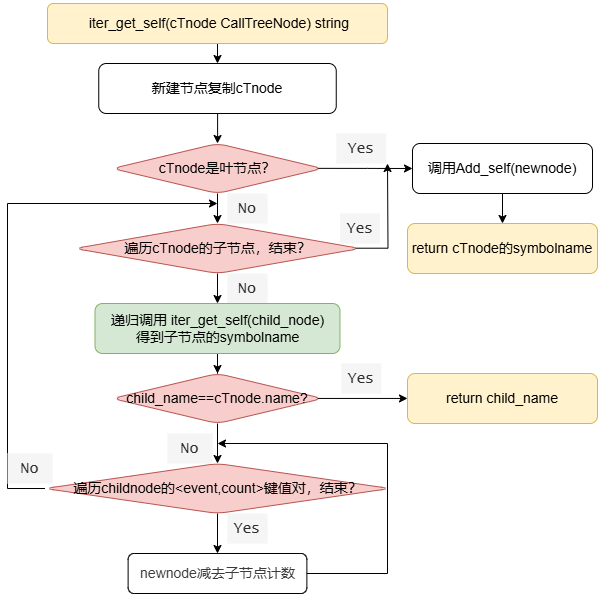
Earlier version of the draw.io export iter_get_self.drawio.png (Dong-J93/os_pic2024). Source tidied: cells renumbered, new cells last; positions are measured from the earlier drawing's top-left corner, leaving out a move shared by most shapes.
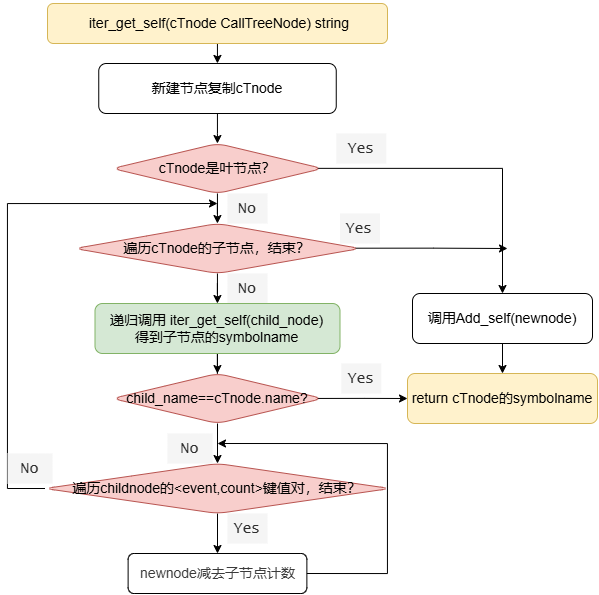
Later version of the same file.

Change to the diagram source:
```diff
@@ -16,7 +16,7 @@
     </mxCell>
     <mxCell id="6" style="edgeStyle=orthogonalEdgeStyle;rounded=0;jettySize=auto;html=1;exitX=0.984;exitY=0.494;exitDx=0;exitDy=0;exitPerimeter=0;" parent="1" edge="1" source="7">
       <mxGeometry relative="1" as="geometry">
-        <mxPoint x="380" y="160" as="targetPoint" />
+        <mxPoint x="500" y="245" as="targetPoint" />
       </mxGeometry>
     </mxCell>
     <mxCell id="7" value="&lt;font style=&quot;font-size: 14px;&quot;&gt;遍历cTnode的子节点，结束？&lt;/font&gt;&lt;span class=&quot;eusoft-eudic-chrome-extension-translate-content&quot;&gt;&lt;/span&gt;" style="rhombus;whiteSpace=wrap;html=1;fillColor=#f8cecc;rounded=1;strokeColor=#b85450;" parent="1" vertex="1">
@@ -26,7 +26,7 @@
       <mxGeometry relative="1" as="geometry" />
     </mxCell>
     <mxCell id="9" value="&lt;pre&gt;&lt;font face=&quot;Helvetica&quot; style=&quot;font-size: 14px;&quot;&gt;调用Add_self(newnode)&lt;/font&gt;&lt;span class=&quot;eusoft-eudic-chrome-extension-translate-content&quot;&gt;&lt;/span&gt;&lt;/pre&gt;" style="rounded=1;whiteSpace=wrap;html=1;" parent="1" vertex="1">
-      <mxGeometry x="405" y="140" width="180" height="50" as="geometry" />
+      <mxGeometry x="405" y="290" width="180" height="50" as="geometry" />
     </mxCell>
     <mxCell id="10" style="edgeStyle=orthogonalEdgeStyle;rounded=0;jettySize=auto;html=1;exitX=0.977;exitY=0.497;exitDx=0;exitDy=0;exitPerimeter=0;" parent="1" edge="1" source="12" target="9">
       <mxGeometry relative="1" as="geometry" />
@@ -49,7 +49,7 @@
     <mxCell id="16" style="edgeStyle=orthogonalEdgeStyle;rounded=0;jettySize=auto;html=1;" parent="1" edge="1" source="18" target="23">
       <mxGeometry relative="1" as="geometry" />
     </mxCell>
-    <mxCell id="17" style="edgeStyle=orthogonalEdgeStyle;rounded=0;jettySize=auto;html=1;exitX=0.972;exitY=0.499;exitDx=0;exitDy=0;exitPerimeter=0;" parent="1" edge="1" source="18" target="29">
+    <mxCell id="17" style="edgeStyle=orthogonalEdgeStyle;rounded=0;jettySize=auto;html=1;exitX=0.972;exitY=0.499;exitDx=0;exitDy=0;exitPerimeter=0;entryX=0;entryY=0.5;entryDx=0;entryDy=0;" parent="1" edge="1" source="18" target="26">
       <mxGeometry relative="1" as="geometry" />
     </mxCell>
     <mxCell id="18" value="&lt;span style=&quot;font-size: 14px;&quot;&gt;child_name==cTnode.name?&lt;/span&gt;&lt;span class=&quot;eusoft-eudic-chrome-extension-translate-content&quot;&gt;&lt;/span&gt;" style="rhombus;whiteSpace=wrap;html=1;fillColor=#f8cecc;rounded=1;strokeColor=#b85450;" parent="1" vertex="1">
@@ -89,7 +89,7 @@
       <mxGeometry x="160" y="430" width="45" height="30" as="geometry" />
     </mxCell>
     <mxCell id="26" value="&lt;pre&gt;&lt;font face=&quot;Helvetica&quot; style=&quot;font-size: 14px;&quot;&gt;return cTnode的symbolname&lt;/font&gt;&lt;/pre&gt;" style="rounded=1;whiteSpace=wrap;html=1;fillColor=#fff2cc;strokeColor=#d6b656;" parent="1" vertex="1">
-      <mxGeometry x="400" y="220" width="190" height="50" as="geometry" />
+      <mxGeometry x="400" y="370" width="190" height="50" as="geometry" />
     </mxCell>
     <mxCell id="27" style="edgeStyle=orthogonalEdgeStyle;rounded=0;jettySize=auto;html=1;" parent="1" edge="1" source="28" target="18">
       <mxGeometry relative="1" as="geometry" />
@@ -97,9 +97,6 @@
     <mxCell id="28" value="&lt;p style=&quot;font-size: 14px;&quot;&gt;&lt;font style=&quot;font-size: 14px;&quot; face=&quot;Helvetica&quot;&gt;&lt;span style=&quot;font-size: 14px;&quot;&gt;递归调用&lt;/span&gt;&amp;nbsp;iter_get_self(child_node)&lt;br&gt;&lt;/font&gt;&lt;font style=&quot;font-size: 14px;&quot; face=&quot;Helvetica&quot;&gt;得到子节点的symbolname&lt;/font&gt;&lt;/p&gt;" style="rounded=1;whiteSpace=wrap;html=1;fillColor=#d5e8d4;strokeColor=#82b366;" parent="1" vertex="1">
       <mxGeometry x="87.5" y="300" width="245" height="50" as="geometry" />
     </mxCell>
-    <mxCell id="29" value="&lt;pre&gt;&lt;font face=&quot;Helvetica&quot; style=&quot;font-size: 14px;&quot;&gt;return child_name&lt;/font&gt;&lt;/pre&gt;" style="rounded=1;whiteSpace=wrap;html=1;fillColor=#fff2cc;strokeColor=#d6b656;" parent="1" vertex="1">
-      <mxGeometry x="400" y="370" width="190" height="50" as="geometry" />
-    </mxCell>
     <mxCell id="30" value="&lt;font face=&quot;Lucida Console&quot; color=&quot;#2e2e2e&quot;&gt;&lt;span style=&quot;font-size: 15px;&quot;&gt;Yes&lt;/span&gt;&lt;/font&gt;" style="text;html=1;align=center;verticalAlign=middle;whiteSpace=wrap;rounded=0;fontColor=#333333;fillColor=#f5f5f5;strokeColor=none;" parent="1" vertex="1">
       <mxGeometry x="333.8" y="360" width="40" height="30" as="geometry" />
     </mxCell>
```
